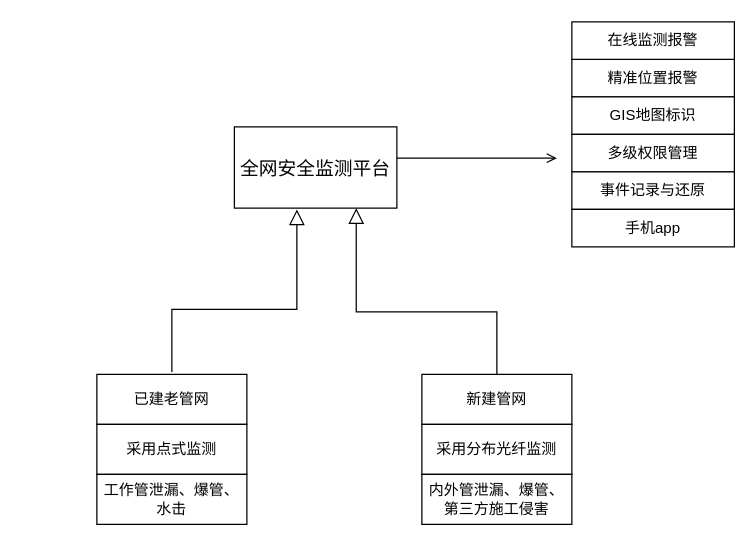
Earlier version of the draw.io diagram Untitled Diagram.drawio (zxflas/zxflas.github.io). Source tidied: cells renumbered, new cells numbered last; positions are measured from the earlier drawing's top-left corner, leaving out a move shared by most shapes. Both pictures are drawn from the tidied source at 125%, with x=0, y=0 at pixel (96, 21).
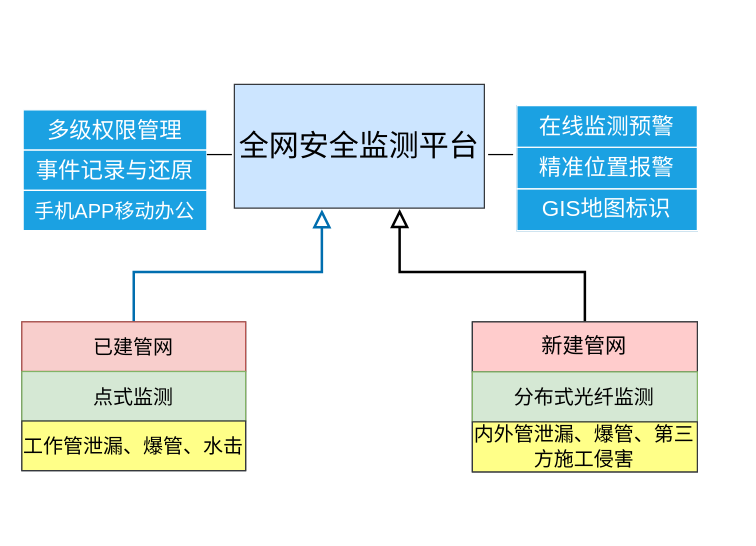
The same page after the edit.

What changed in the source:
```diff
@@
-    <mxCell id="2" style="endArrow=block;endSize=10;endFill=0;shadow=0;strokeWidth=1;rounded=0;edgeStyle=elbowEdgeStyle;elbow=vertical;" parent="1" edge="1">
+    <mxCell id="2" style="endArrow=block;endSize=10;endFill=0;shadow=0;strokeWidth=2;rounded=0;edgeStyle=elbowEdgeStyle;elbow=vertical;exitX=0.5;exitY=0;exitDx=0;exitDy=0;fillColor=#1ba1e2;strokeColor=#006EAF;" parent="1" edge="1" source="12">
       <mxGeometry relative="1" as="geometry">
-        <mxPoint x="60" y="280" as="sourcePoint" />
-        <mxPoint x="160" y="150" as="targetPoint" />
+        <mxPoint x="180" y="150" as="targetPoint" />
         <Array as="points">
-          <mxPoint x="110" y="230" />
+          <mxPoint x="140" y="200" />
+          <mxPoint x="110" y="210" />
+          <mxPoint x="200" y="240" />
+          <mxPoint x="140" y="240" />
+          <mxPoint x="110" y="260" />
         </Array>
       </mxGeometry>
     </mxCell>
-    <mxCell id="3" style="endArrow=open;shadow=0;strokeWidth=1;rounded=0;endFill=1;edgeStyle=elbowEdgeStyle;elbow=vertical;" parent="1" edge="1">
-      <mxGeometry x="0.5" y="41" relative="1" as="geometry">
-        <mxPoint x="240" y="109" as="sourcePoint" />
-        <mxPoint x="368" y="109" as="targetPoint" />
-        <mxPoint x="-40" y="32" as="offset" />
-      </mxGeometry>
-    </mxCell>
-    <mxCell id="4" value="全网安全监测平台" style="rounded=0;whiteSpace=wrap;html=1;fontSize=15;" parent="1" vertex="1">
-      <mxGeometry x="110" y="84" width="130" height="65" as="geometry" />
+    <mxCell id="4" value="全网安全监测平台" style="rounded=0;whiteSpace=wrap;html=1;fontSize=24;fillColor=#cce5ff;strokeColor=#36393d;" parent="1" vertex="1">
+      <mxGeometry x="110" y="50" width="200" height="99" as="geometry" />
     </mxCell>
-    <mxCell id="5" value="精准位置报警" style="rounded=0;whiteSpace=wrap;html=1;" parent="1" vertex="1">
-      <mxGeometry x="380" y="30" width="130" height="30" as="geometry" />
-    </mxCell>
-    <mxCell id="6" value="GIS地图标识" style="rounded=0;whiteSpace=wrap;html=1;" parent="1" vertex="1">
-      <mxGeometry x="380" y="60" width="130" height="30" as="geometry" />
-    </mxCell>
-    <mxCell id="7" value="多级权限管理" style="rounded=0;whiteSpace=wrap;html=1;" parent="1" vertex="1">
-      <mxGeometry x="380" y="90" width="130" height="30" as="geometry" />
-    </mxCell>
-    <mxCell id="8" value="事件记录与还原" style="rounded=0;whiteSpace=wrap;html=1;" parent="1" vertex="1">
-      <mxGeometry x="380" y="120" width="130" height="30" as="geometry" />
-    </mxCell>
-    <mxCell id="9" value="手机app" style="rounded=0;whiteSpace=wrap;html=1;" parent="1" vertex="1">
-      <mxGeometry x="380" y="150" width="130" height="30" as="geometry" />
-    </mxCell>
-    <mxCell id="10" value="在线监测报警" style="rounded=0;whiteSpace=wrap;html=1;" parent="1" vertex="1">
-      <mxGeometry x="380" width="130" height="30" as="geometry" />
-    </mxCell>
-    <mxCell id="11" style="group;" parent="1" vertex="1">
-      <mxGeometry y="282" width="120" height="120" as="geometry" />
+    <mxCell id="11" style="group;fillColor=#ffff88;strokeColor=#36393d;" parent="1" vertex="1">
+      <mxGeometry x="-60" y="240" width="179" height="119" as="geometry" />
     </mxCell>
-    <mxCell id="12" value="已建老管网" style="rounded=0;whiteSpace=wrap;html=1;" parent="11" vertex="1">
-      <mxGeometry width="120" height="40" as="geometry" />
+    <mxCell id="12" value="已建管网" style="rounded=0;whiteSpace=wrap;html=1;fillColor=#f8cecc;strokeColor=#b85450;fontSize=16;" parent="11" vertex="1">
+      <mxGeometry width="179" height="39.7" as="geometry" />
     </mxCell>
-    <mxCell id="13" value="采用点式监测" style="rounded=0;whiteSpace=wrap;html=1;" parent="11" vertex="1">
-      <mxGeometry y="40" width="120" height="40" as="geometry" />
+    <mxCell id="13" value="点式监测" style="rounded=0;whiteSpace=wrap;html=1;fillColor=#d5e8d4;strokeColor=#82b366;fontSize=16;" parent="11" vertex="1">
+      <mxGeometry y="39.7" width="179" height="39.7" as="geometry" />
     </mxCell>
-    <mxCell id="14" value="工作管泄漏、爆管、水击" style="rounded=0;whiteSpace=wrap;html=1;" parent="11" vertex="1">
-      <mxGeometry y="80" width="120" height="40" as="geometry" />
+    <mxCell id="14" value="工作管泄漏、爆管、水击" style="rounded=0;whiteSpace=wrap;html=1;fillColor=#ffff88;strokeColor=#36393d;fontSize=16;" parent="11" vertex="1">
+      <mxGeometry y="79.3" width="179" height="39.7" as="geometry" />
     </mxCell>
-    <mxCell id="15" style="group;" parent="1" vertex="1">
-      <mxGeometry x="180" y="232" width="200" height="170" as="geometry" />
-    </mxCell>
+    <mxCell id="20" style="line;strokeWidth=1;html=1;fontSize=20;" parent="1" vertex="1">
+      <mxGeometry x="313" y="104.5" width="20" height="3.3" as="geometry" />
+    </mxCell>
+    <mxCell id="21" style="group;fillColor=#1ba1e2;fontColor=#ffffff;strokeColor=#FFFFFF;strokeWidth=2;fontSize=20;" parent="1" vertex="1">
+      <mxGeometry x="-59" y="70.4" width="147" height="96.6" as="geometry" />
+    </mxCell>
+    <mxCell id="7" value="多级权限管理" style="rounded=0;whiteSpace=wrap;html=1;fillColor=#1ba1e2;fontColor=#ffffff;strokeColor=#FFFFFF;fontSize=18;" parent="21" vertex="1">
+      <mxGeometry width="147" height="32.2" as="geometry" />
+    </mxCell>
+    <mxCell id="8" value="事件记录与还原" style="rounded=0;whiteSpace=wrap;html=1;fillColor=#1ba1e2;fontColor=#ffffff;strokeColor=#FFFFFF;fontSize=18;" parent="21" vertex="1">
+      <mxGeometry y="32.2" width="147" height="32.2" as="geometry" />
+    </mxCell>
+    <mxCell id="22" value="手机APP移动办公" style="rounded=0;whiteSpace=wrap;html=1;fillColor=#1ba1e2;fontColor=#ffffff;strokeColor=#FFFFFF;fontSize=16;" parent="21" vertex="1">
+      <mxGeometry y="64.4" width="147" height="32.2" as="geometry" />
+    </mxCell>
+    <mxCell id="23" style="line;strokeWidth=1;html=1;fontSize=20;" parent="1" vertex="1">
+      <mxGeometry x="88" y="104.5" width="20" height="3.3" as="geometry" />
+    </mxCell>
-    <mxCell id="16" style="endArrow=block;endSize=10;endFill=0;shadow=0;strokeWidth=1;rounded=0;edgeStyle=elbowEdgeStyle;elbow=vertical;entryX=0.75;entryY=1;entryDx=0;entryDy=0;" parent="15" edge="1" target="4">
+    <mxCell id="16" style="endArrow=block;endSize=10;endFill=0;shadow=0;strokeWidth=2;rounded=0;edgeStyle=elbowEdgeStyle;elbow=vertical;entryX=0.661;entryY=1.008;entryDx=0;entryDy=0;exitX=0.5;exitY=0;exitDx=0;exitDy=0;entryPerimeter=0;" parent="1" edge="1" source="17" target="4">
       <mxGeometry relative="1" as="geometry">
-        <mxPoint x="140" y="50" as="sourcePoint" />
         <Array as="points">
-          <mxPoint />
-          <mxPoint x="170" y="20" />
-          <mxPoint x="10" y="20" />
+          <mxPoint x="300" y="200" />
+          <mxPoint x="330" y="240" />
+          <mxPoint x="310" y="258" />
+          <mxPoint x="260" y="230" />
+          <mxPoint x="430" y="250" />
+          <mxPoint x="270" y="250" />
         </Array>
       </mxGeometry>
     </mxCell>
+    <mxCell id="24" style="group;fillColor=#ffff88;strokeColor=#36393d;" parent="1" vertex="1">
+      <mxGeometry x="300.4" y="240" width="180" height="120" as="geometry" />
+    </mxCell>
-    <mxCell id="17" value="新建管网" style="rounded=0;whiteSpace=wrap;html=1;" parent="15" vertex="1">
-      <mxGeometry x="80" y="50" width="120" height="40" as="geometry" />
+    <mxCell id="17" value="新建管网" style="rounded=0;whiteSpace=wrap;html=1;fillColor=#ffcccc;strokeColor=#36393d;fontSize=17;" parent="24" vertex="1">
+      <mxGeometry width="180" height="40" as="geometry" />
     </mxCell>
-    <mxCell id="18" value="采用分布光纤监测" style="rounded=0;whiteSpace=wrap;html=1;" parent="15" vertex="1">
-      <mxGeometry x="80" y="90" width="120" height="40" as="geometry" />
+    <mxCell id="18" value="分布式光纤监测" style="rounded=0;whiteSpace=wrap;html=1;fillColor=#d5e8d4;strokeColor=#82b366;fontSize=16;" parent="24" vertex="1">
+      <mxGeometry y="40" width="180" height="40" as="geometry" />
     </mxCell>
-    <mxCell id="19" value="内外管泄漏、爆管、第三方施工侵害" style="rounded=0;whiteSpace=wrap;html=1;" parent="15" vertex="1">
-      <mxGeometry x="80" y="130" width="120" height="40" as="geometry" />
+    <mxCell id="19" value="内外管泄漏、爆管、第三方施工侵害" style="rounded=0;whiteSpace=wrap;html=1;fillColor=#ffff88;strokeColor=#36393d;fontSize=16;" parent="24" vertex="1">
+      <mxGeometry y="80" width="180" height="40" as="geometry" />
     </mxCell>
+    <mxCell id="25" style="group;" parent="1" vertex="1">
+      <mxGeometry x="336" y="67" width="144.4" height="100" as="geometry" />
+    </mxCell>
+    <mxCell id="26" style="group;fillColor=#1ba1e2;fontColor=#ffffff;strokeColor=#006EAF;" parent="25" vertex="1">
+      <mxGeometry width="144.4" height="100" as="geometry" />
+    </mxCell>
+    <mxCell id="5" value="精准位置报警" style="rounded=0;whiteSpace=wrap;html=1;fillColor=#1ba1e2;fontColor=#ffffff;strokeColor=#FFFFFF;fontSize=18;" parent="25" vertex="1">
+      <mxGeometry y="33.3" width="144.4" height="33.3" as="geometry" />
+    </mxCell>
+    <mxCell id="6" value="GIS地图标识" style="rounded=0;whiteSpace=wrap;html=1;fillColor=#1ba1e2;fontColor=#ffffff;strokeColor=#FFFFFF;fontSize=18;" parent="25" vertex="1">
+      <mxGeometry y="66.7" width="144.4" height="33.3" as="geometry" />
+    </mxCell>
+    <mxCell id="10" value="在线监测预警" style="rounded=0;whiteSpace=wrap;html=1;fillColor=#1ba1e2;fontColor=#FFFFFF;strokeColor=#FFFFFF;fontSize=18;labelBorderColor=none;" parent="25" vertex="1">
+      <mxGeometry width="144.4" height="33.3" as="geometry" />
+    </mxCell>
```
